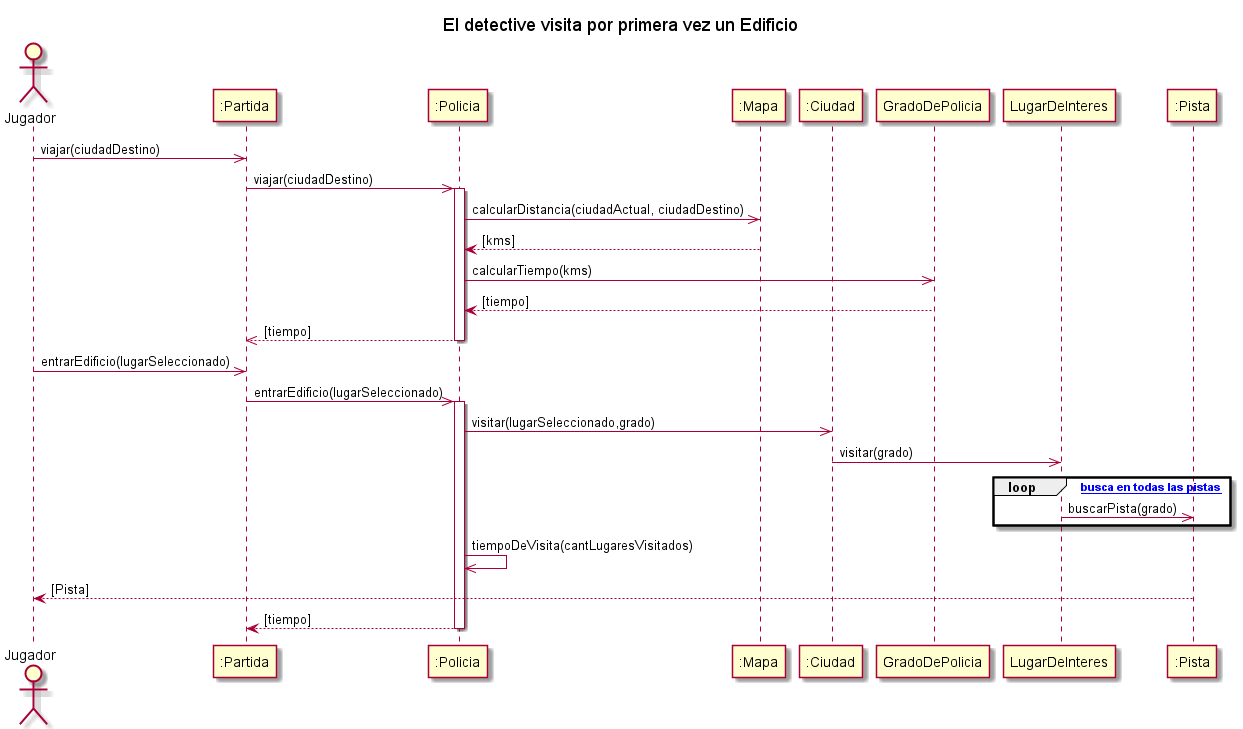
kmu01/Algo3_tp2 keeps this PlantUML diagram as diagrams/sequences/DS_EntrarAEdificio.png. Above is the earlier version.
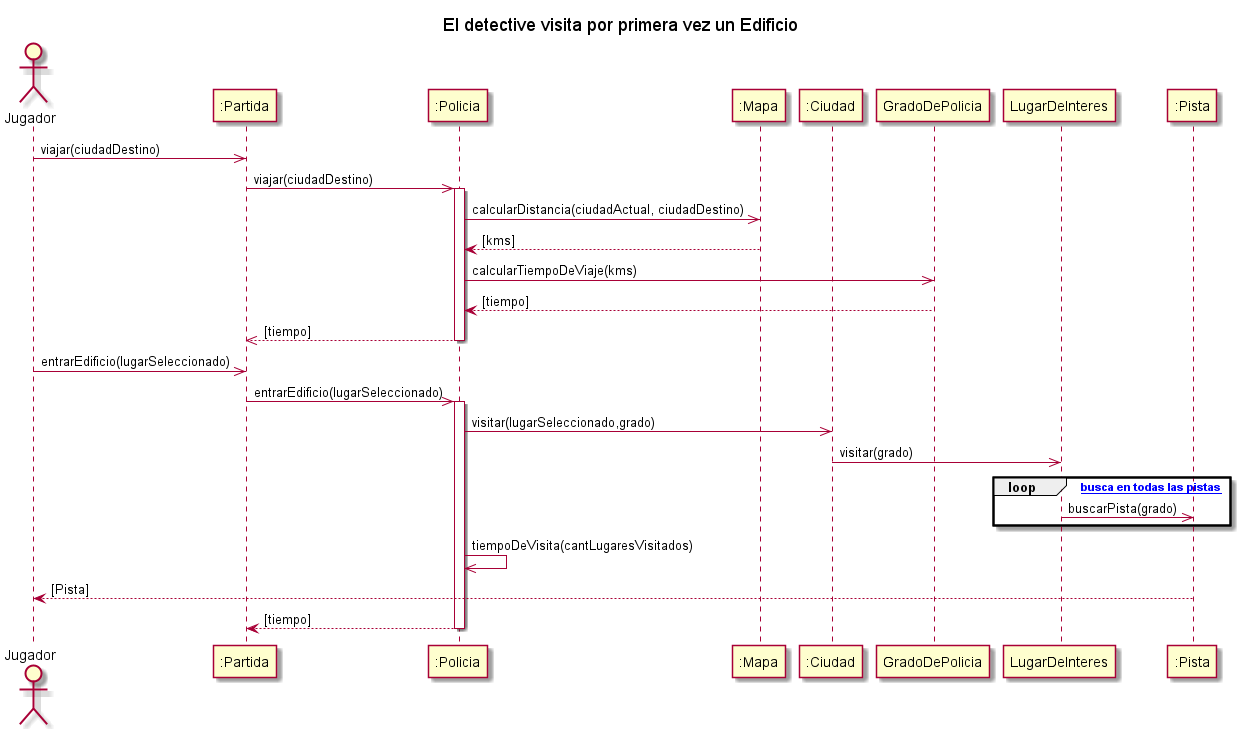
After the commit.

Commit message:
Actualizo diagramas con nomenclaturas a observar

The edit, as a diff of the source:
```diff
@@ -16,7 +16,7 @@
 
 Policia ->> Mapa: calcularDistancia(ciudadActual, ciudadDestino)
 Policia <-- Mapa: [kms]
-Policia ->> GradoDePolicia: calcularTiempo(kms)
+Policia ->> GradoDePolicia: calcularTiempoDeViaje(kms)
 Policia <-- GradoDePolicia: [tiempo]
 return [tiempo]
 deactivate Policia
```
